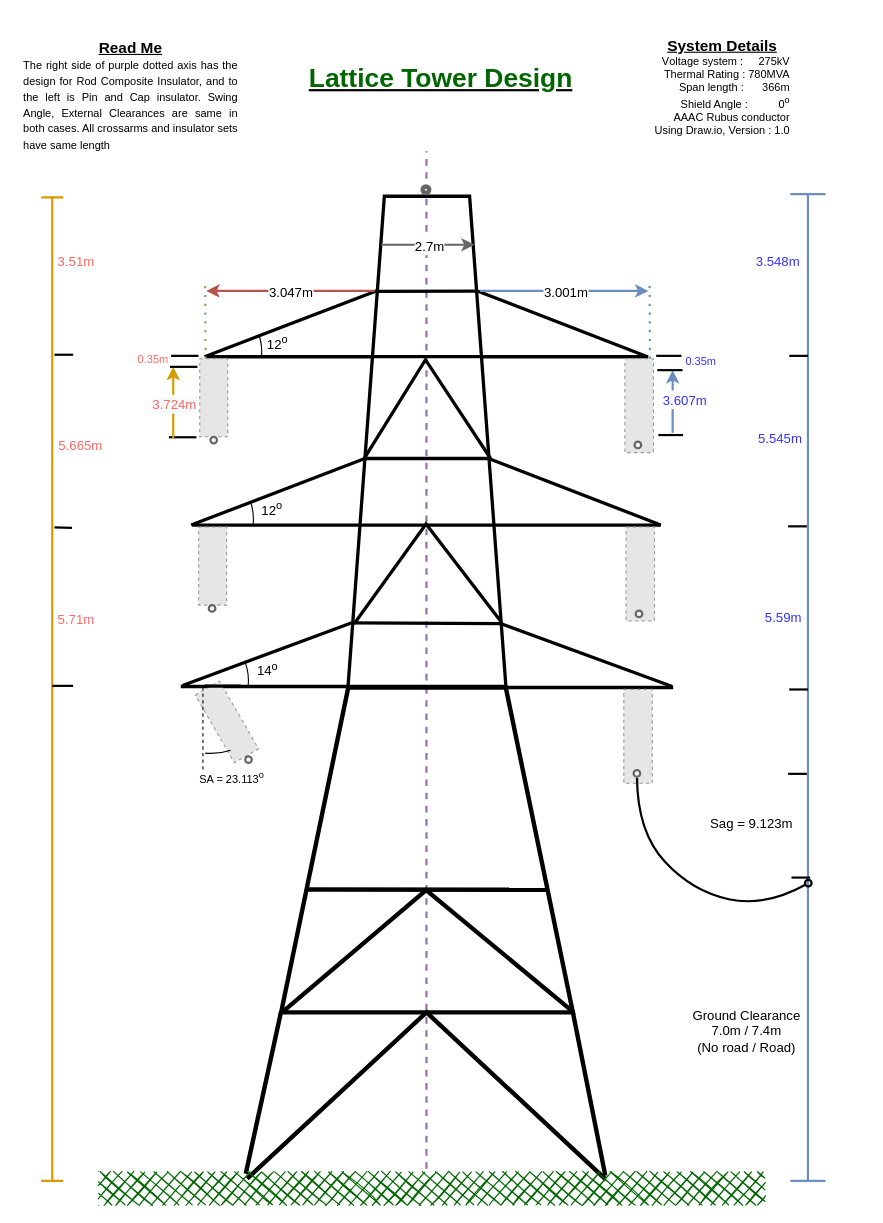
The draw.io diagram msc/OHL/ohlcourse.drawio in vinodhmj/projects, before the edit. Source tidied: cells renumbered, new cells numbered last; positions are measured from the earlier drawing's top-left corner, leaving out a move shared by most shapes. Both pictures are drawn from the tidied source at 110%, with x=0, y=0 at pixel (18, 30). Pictures stored in the file or linked from it are replaced by grey dashed boxes.
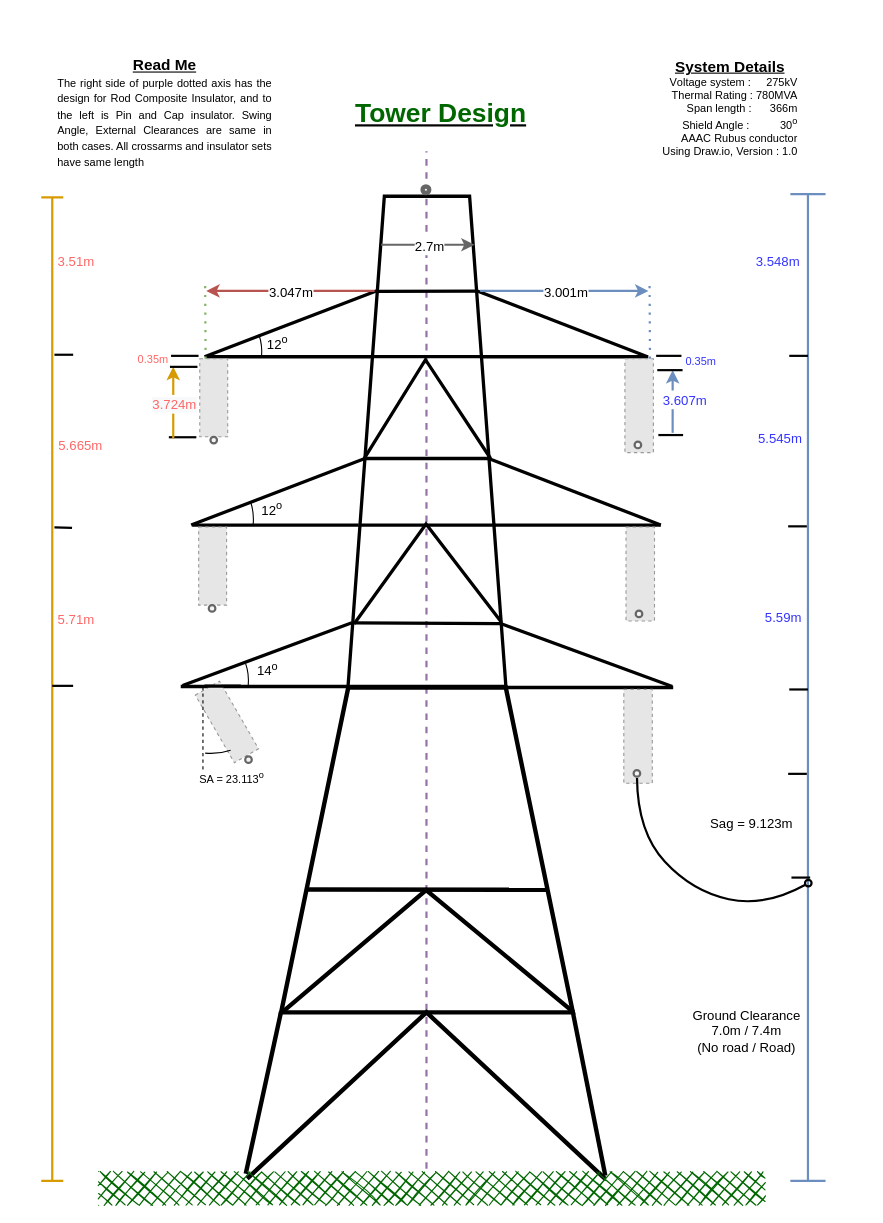
Above is the later version.

The edit, as a diff of the source:
```diff
@@
-    <mxCell id="2" value="&lt;u&gt;&lt;font color=&quot;#006600&quot;&gt;Lattice Tower Design&lt;/font&gt;&lt;/u&gt;" style="text;strokeColor=none;fillColor=none;html=1;fontSize=24;fontStyle=1;verticalAlign=middle;align=center;" parent="1" vertex="1">
-      <mxGeometry x="334" y="24" width="100" height="40" as="geometry" />
+    <mxCell id="2" value="&lt;u&gt;&lt;font color=&quot;#006600&quot;&gt;Tower Design&lt;/font&gt;&lt;/u&gt;" style="text;strokeColor=none;fillColor=none;html=1;fontSize=24;fontStyle=1;verticalAlign=middle;align=center;" parent="1" vertex="1">
+      <mxGeometry x="334" y="56" width="100" height="40" as="geometry" />
     </mxCell>
@@
-    <mxCell id="41" value="&lt;h1&gt;&lt;/h1&gt;&lt;span style=&quot;left: 196.353px ; top: 1231.84px ; font-family: sans-serif ; font-size: 10px&quot; dir=&quot;ltr&quot;&gt;&lt;div style=&quot;text-align: center&quot;&gt;&lt;u style=&quot;font-size: 14px&quot;&gt;&lt;b&gt;System Details&lt;/b&gt;&lt;/u&gt;&lt;/div&gt;&lt;div style=&quot;text-align: right&quot;&gt;&lt;font style=&quot;font-size: 10px&quot;&gt;&lt;span dir=&quot;ltr&quot; style=&quot;left: 196.353px ; top: 1231.84px&quot;&gt;V&lt;/span&gt;&lt;span dir=&quot;ltr&quot; style=&quot;left: 206.009px ; top: 1231.84px&quot;&gt;o&lt;/span&gt;&lt;span dir=&quot;ltr&quot; style=&quot;left: 214.061px ; top: 1231.84px&quot;&gt;l&lt;/span&gt;&lt;span dir=&quot;ltr&quot; style=&quot;left: 217.277px ; top: 1231.84px&quot;&gt;t&lt;/span&gt;&lt;span dir=&quot;ltr&quot; style=&quot;left: 221.299px ; top: 1231.84px&quot;&gt;a&lt;/span&gt;&lt;span dir=&quot;ltr&quot; style=&quot;left: 229.351px ; top: 1231.84px&quot;&gt;g&lt;/span&gt;&lt;span dir=&quot;ltr&quot; style=&quot;left: 237.402px ; top: 1231.84px&quot;&gt;e&lt;/span&gt;&lt;span dir=&quot;ltr&quot; style=&quot;left: 245.454px ; top: 1231.84px&quot;&gt; &lt;/span&gt;&lt;span dir=&quot;ltr&quot; style=&quot;left: 249.476px ; top: 1231.84px&quot;&gt;s&lt;/span&gt;&lt;span dir=&quot;ltr&quot; style=&quot;left: 256.715px ; top: 1231.84px&quot;&gt;y&lt;/span&gt;&lt;span dir=&quot;ltr&quot; style=&quot;left: 263.954px ; top: 1231.84px&quot;&gt;s&lt;/span&gt;&lt;span dir=&quot;ltr&quot; style=&quot;left: 271.193px ; top: 1231.84px&quot;&gt;t&lt;/span&gt;&lt;span dir=&quot;ltr&quot; style=&quot;left: 275.215px ; top: 1231.84px&quot;&gt;e&lt;/span&gt;&lt;span dir=&quot;ltr&quot; style=&quot;left: 283.267px ; top: 1231.84px&quot;&gt;m&amp;nbsp;&lt;/span&gt;&lt;span dir=&quot;ltr&quot; style=&quot;left: 295.327px ; top: 1231.84px&quot;&gt;:&amp;nbsp; &amp;nbsp; &amp;nbsp;275&lt;/span&gt;&lt;span dir=&quot;ltr&quot; style=&quot;left: 323.503px ; top: 1231.84px&quot;&gt;k&lt;/span&gt;&lt;span dir=&quot;ltr&quot; style=&quot;left: 330.742px ; top: 1231.84px&quot;&gt;V&lt;/span&gt;&lt;/font&gt;&lt;/div&gt;&lt;/span&gt;&lt;div style=&quot;text-align: right ; font-size: 10px&quot;&gt;&lt;span&gt;&lt;font style=&quot;font-size: 10px&quot;&gt;Thermal Rating : 780MVA&lt;/font&gt;&lt;/span&gt;&lt;/div&gt;&lt;span style=&quot;left: 196.354px ; top: 1273.94px ; font-family: sans-serif ; font-size: 10px&quot; dir=&quot;ltr&quot;&gt;&lt;font style=&quot;font-size: 10px&quot;&gt;&lt;div style=&quot;text-align: right&quot;&gt;&lt;span dir=&quot;ltr&quot; style=&quot;left: 196.354px ; top: 1273.94px&quot;&gt;S&lt;/span&gt;&lt;span dir=&quot;ltr&quot; style=&quot;left: 206.01px ; top: 1273.94px&quot;&gt;p&lt;/span&gt;&lt;span dir=&quot;ltr&quot; style=&quot;left: 214.061px ; top: 1273.94px&quot;&gt;a&lt;/span&gt;&lt;span dir=&quot;ltr&quot; style=&quot;left: 222.113px ; top: 1273.94px&quot;&gt;n&lt;/span&gt;&lt;span dir=&quot;ltr&quot; style=&quot;left: 230.164px ; top: 1273.94px&quot;&gt; &lt;/span&gt;&lt;span dir=&quot;ltr&quot; style=&quot;left: 234.187px ; top: 1273.94px&quot;&gt;l&lt;/span&gt;&lt;span dir=&quot;ltr&quot; style=&quot;left: 237.403px ; top: 1273.94px&quot;&gt;e&lt;/span&gt;&lt;span dir=&quot;ltr&quot; style=&quot;left: 245.455px ; top: 1273.94px&quot;&gt;n&lt;/span&gt;&lt;span dir=&quot;ltr&quot; style=&quot;left: 253.506px ; top: 1273.94px&quot;&gt;g&lt;/span&gt;&lt;span dir=&quot;ltr&quot; style=&quot;left: 261.558px ; top: 1273.94px&quot;&gt;t&lt;/span&gt;&lt;span dir=&quot;ltr&quot; style=&quot;left: 265.58px ; top: 1273.94px&quot;&gt;h&lt;/span&gt;&lt;span dir=&quot;ltr&quot; style=&quot;left: 273.632px ; top: 1273.94px&quot;&gt;&amp;nbsp;:&amp;nbsp; &amp;nbsp; &amp;nbsp; 366&lt;/span&gt;&lt;span dir=&quot;ltr&quot; style=&quot;left: 301.809px ; top: 1273.94px&quot;&gt;m&lt;/span&gt;&lt;/div&gt;&lt;div style=&quot;text-align: right&quot;&gt;&lt;span dir=&quot;ltr&quot; style=&quot;left: 301.809px ; top: 1273.94px&quot;&gt;Shield Angle :&amp;nbsp; &amp;nbsp; &amp;nbsp; &amp;nbsp; &amp;nbsp; 0&lt;sup&gt;o&lt;/sup&gt;&lt;/span&gt;&lt;/div&gt;&lt;div style=&quot;text-align: right&quot;&gt;&lt;span dir=&quot;ltr&quot; style=&quot;left: 301.809px ; top: 1273.94px&quot;&gt;&lt;span dir=&quot;ltr&quot; style=&quot;left: 284.787px ; top: 1245.87px&quot;&gt;A&lt;/span&gt;&lt;span dir=&quot;ltr&quot; style=&quot;left: 294.443px ; top: 1245.87px&quot;&gt;A&lt;/span&gt;&lt;span dir=&quot;ltr&quot; style=&quot;left: 304.099px ; top: 1245.87px&quot;&gt;A&lt;/span&gt;&lt;span dir=&quot;ltr&quot; style=&quot;left: 313.755px ; top: 1245.87px&quot;&gt;C&lt;/span&gt;&lt;span dir=&quot;ltr&quot; style=&quot;left: 324.21px ; top: 1245.87px&quot;&gt;&amp;nbsp;Rubus&amp;nbsp;&lt;/span&gt;&lt;span dir=&quot;ltr&quot; style=&quot;left: 196.354px ; top: 1259.91px&quot;&gt;c&lt;/span&gt;&lt;span dir=&quot;ltr&quot; style=&quot;left: 203.592px ; top: 1259.91px&quot;&gt;o&lt;/span&gt;&lt;span dir=&quot;ltr&quot; style=&quot;left: 211.644px ; top: 1259.91px&quot;&gt;n&lt;/span&gt;&lt;span dir=&quot;ltr&quot; style=&quot;left: 219.696px ; top: 1259.91px&quot;&gt;d&lt;/span&gt;&lt;span dir=&quot;ltr&quot; style=&quot;left: 227.747px ; top: 1259.91px&quot;&gt;u&lt;/span&gt;&lt;span dir=&quot;ltr&quot; style=&quot;left: 235.799px ; top: 1259.91px&quot;&gt;c&lt;/span&gt;&lt;span dir=&quot;ltr&quot; style=&quot;left: 243.038px ; top: 1259.91px&quot;&gt;t&lt;/span&gt;&lt;span dir=&quot;ltr&quot; style=&quot;left: 247.06px ; top: 1259.91px&quot;&gt;o&lt;/span&gt;&lt;span dir=&quot;ltr&quot; style=&quot;left: 255.112px ; top: 1259.91px&quot;&gt;r&lt;/span&gt;&lt;/span&gt;&lt;/div&gt;&lt;/font&gt;&lt;/span&gt;&lt;div style=&quot;text-align: right ; font-size: 10px&quot;&gt;&lt;span&gt;&lt;font style=&quot;font-size: 10px&quot;&gt;Using Draw.io, Version : 1.0&lt;/font&gt;&lt;/span&gt;&lt;/div&gt;&lt;span style=&quot;left: 216.479px ; top: 1316.05px ; font-family: sans-serif ; font-size: 10px&quot; dir=&quot;ltr&quot;&gt;&lt;font style=&quot;font-size: 10px&quot;&gt;&amp;nbsp;&lt;/font&gt;&lt;br&gt;&lt;/span&gt;" style="text;html=1;strokeColor=none;fillColor=none;spacing=5;spacingTop=-20;whiteSpace=wrap;overflow=hidden;rounded=0;" parent="1" vertex="1">
-      <mxGeometry x="574.4" width="188.1" height="132.3" as="geometry" />
+    <mxCell id="41" value="&lt;h1&gt;&lt;/h1&gt;&lt;span style=&quot;left: 196.353px ; top: 1231.84px ; font-family: sans-serif ; font-size: 10px&quot; dir=&quot;ltr&quot;&gt;&lt;div style=&quot;text-align: center&quot;&gt;&lt;u style=&quot;font-size: 14px&quot;&gt;&lt;b&gt;System Details&lt;/b&gt;&lt;/u&gt;&lt;/div&gt;&lt;div style=&quot;text-align: right&quot;&gt;&lt;font style=&quot;font-size: 10px&quot;&gt;&lt;span dir=&quot;ltr&quot; style=&quot;left: 196.353px ; top: 1231.84px&quot;&gt;V&lt;/span&gt;&lt;span dir=&quot;ltr&quot; style=&quot;left: 206.009px ; top: 1231.84px&quot;&gt;o&lt;/span&gt;&lt;span dir=&quot;ltr&quot; style=&quot;left: 214.061px ; top: 1231.84px&quot;&gt;l&lt;/span&gt;&lt;span dir=&quot;ltr&quot; style=&quot;left: 217.277px ; top: 1231.84px&quot;&gt;t&lt;/span&gt;&lt;span dir=&quot;ltr&quot; style=&quot;left: 221.299px ; top: 1231.84px&quot;&gt;a&lt;/span&gt;&lt;span dir=&quot;ltr&quot; style=&quot;left: 229.351px ; top: 1231.84px&quot;&gt;g&lt;/span&gt;&lt;span dir=&quot;ltr&quot; style=&quot;left: 237.402px ; top: 1231.84px&quot;&gt;e&lt;/span&gt;&lt;span dir=&quot;ltr&quot; style=&quot;left: 245.454px ; top: 1231.84px&quot;&gt; &lt;/span&gt;&lt;span dir=&quot;ltr&quot; style=&quot;left: 249.476px ; top: 1231.84px&quot;&gt;s&lt;/span&gt;&lt;span dir=&quot;ltr&quot; style=&quot;left: 256.715px ; top: 1231.84px&quot;&gt;y&lt;/span&gt;&lt;span dir=&quot;ltr&quot; style=&quot;left: 263.954px ; top: 1231.84px&quot;&gt;s&lt;/span&gt;&lt;span dir=&quot;ltr&quot; style=&quot;left: 271.193px ; top: 1231.84px&quot;&gt;t&lt;/span&gt;&lt;span dir=&quot;ltr&quot; style=&quot;left: 275.215px ; top: 1231.84px&quot;&gt;e&lt;/span&gt;&lt;span dir=&quot;ltr&quot; style=&quot;left: 283.267px ; top: 1231.84px&quot;&gt;m&amp;nbsp;&lt;/span&gt;&lt;span dir=&quot;ltr&quot; style=&quot;left: 295.327px ; top: 1231.84px&quot;&gt;:&amp;nbsp; &amp;nbsp; &amp;nbsp;275&lt;/span&gt;&lt;span dir=&quot;ltr&quot; style=&quot;left: 323.503px ; top: 1231.84px&quot;&gt;k&lt;/span&gt;&lt;span dir=&quot;ltr&quot; style=&quot;left: 330.742px ; top: 1231.84px&quot;&gt;V&lt;/span&gt;&lt;/font&gt;&lt;/div&gt;&lt;/span&gt;&lt;div style=&quot;text-align: right ; font-size: 10px&quot;&gt;&lt;span&gt;&lt;font style=&quot;font-size: 10px&quot;&gt;Thermal Rating : 780MVA&lt;/font&gt;&lt;/span&gt;&lt;/div&gt;&lt;span style=&quot;left: 196.354px ; top: 1273.94px ; font-family: sans-serif ; font-size: 10px&quot; dir=&quot;ltr&quot;&gt;&lt;font style=&quot;font-size: 10px&quot;&gt;&lt;div style=&quot;text-align: right&quot;&gt;&lt;span dir=&quot;ltr&quot; style=&quot;left: 196.354px ; top: 1273.94px&quot;&gt;S&lt;/span&gt;&lt;span dir=&quot;ltr&quot; style=&quot;left: 206.01px ; top: 1273.94px&quot;&gt;p&lt;/span&gt;&lt;span dir=&quot;ltr&quot; style=&quot;left: 214.061px ; top: 1273.94px&quot;&gt;a&lt;/span&gt;&lt;span dir=&quot;ltr&quot; style=&quot;left: 222.113px ; top: 1273.94px&quot;&gt;n&lt;/span&gt;&lt;span dir=&quot;ltr&quot; style=&quot;left: 230.164px ; top: 1273.94px&quot;&gt; &lt;/span&gt;&lt;span dir=&quot;ltr&quot; style=&quot;left: 234.187px ; top: 1273.94px&quot;&gt;l&lt;/span&gt;&lt;span dir=&quot;ltr&quot; style=&quot;left: 237.403px ; top: 1273.94px&quot;&gt;e&lt;/span&gt;&lt;span dir=&quot;ltr&quot; style=&quot;left: 245.455px ; top: 1273.94px&quot;&gt;n&lt;/span&gt;&lt;span dir=&quot;ltr&quot; style=&quot;left: 253.506px ; top: 1273.94px&quot;&gt;g&lt;/span&gt;&lt;span dir=&quot;ltr&quot; style=&quot;left: 261.558px ; top: 1273.94px&quot;&gt;t&lt;/span&gt;&lt;span dir=&quot;ltr&quot; style=&quot;left: 265.58px ; top: 1273.94px&quot;&gt;h&lt;/span&gt;&lt;span dir=&quot;ltr&quot; style=&quot;left: 273.632px ; top: 1273.94px&quot;&gt;&amp;nbsp;:&amp;nbsp; &amp;nbsp; &amp;nbsp; 366&lt;/span&gt;&lt;span dir=&quot;ltr&quot; style=&quot;left: 301.809px ; top: 1273.94px&quot;&gt;m&lt;/span&gt;&lt;/div&gt;&lt;div style=&quot;text-align: right&quot;&gt;&lt;span dir=&quot;ltr&quot; style=&quot;left: 301.809px ; top: 1273.94px&quot;&gt;Shield Angle :&amp;nbsp; &amp;nbsp; &amp;nbsp; &amp;nbsp; &amp;nbsp; 30&lt;sup&gt;o&lt;/sup&gt;&lt;/span&gt;&lt;/div&gt;&lt;div style=&quot;text-align: right&quot;&gt;&lt;span dir=&quot;ltr&quot; style=&quot;left: 301.809px ; top: 1273.94px&quot;&gt;&lt;span dir=&quot;ltr&quot; style=&quot;left: 284.787px ; top: 1245.87px&quot;&gt;A&lt;/span&gt;&lt;span dir=&quot;ltr&quot; style=&quot;left: 294.443px ; top: 1245.87px&quot;&gt;A&lt;/span&gt;&lt;span dir=&quot;ltr&quot; style=&quot;left: 304.099px ; top: 1245.87px&quot;&gt;A&lt;/span&gt;&lt;span dir=&quot;ltr&quot; style=&quot;left: 313.755px ; top: 1245.87px&quot;&gt;C&lt;/span&gt;&lt;span dir=&quot;ltr&quot; style=&quot;left: 324.21px ; top: 1245.87px&quot;&gt;&amp;nbsp;Rubus&amp;nbsp;&lt;/span&gt;&lt;span dir=&quot;ltr&quot; style=&quot;left: 196.354px ; top: 1259.91px&quot;&gt;c&lt;/span&gt;&lt;span dir=&quot;ltr&quot; style=&quot;left: 203.592px ; top: 1259.91px&quot;&gt;o&lt;/span&gt;&lt;span dir=&quot;ltr&quot; style=&quot;left: 211.644px ; top: 1259.91px&quot;&gt;n&lt;/span&gt;&lt;span dir=&quot;ltr&quot; style=&quot;left: 219.696px ; top: 1259.91px&quot;&gt;d&lt;/span&gt;&lt;span dir=&quot;ltr&quot; style=&quot;left: 227.747px ; top: 1259.91px&quot;&gt;u&lt;/span&gt;&lt;span dir=&quot;ltr&quot; style=&quot;left: 235.799px ; top: 1259.91px&quot;&gt;c&lt;/span&gt;&lt;span dir=&quot;ltr&quot; style=&quot;left: 243.038px ; top: 1259.91px&quot;&gt;t&lt;/span&gt;&lt;span dir=&quot;ltr&quot; style=&quot;left: 247.06px ; top: 1259.91px&quot;&gt;o&lt;/span&gt;&lt;span dir=&quot;ltr&quot; style=&quot;left: 255.112px ; top: 1259.91px&quot;&gt;r&lt;/span&gt;&lt;/span&gt;&lt;/div&gt;&lt;/font&gt;&lt;/span&gt;&lt;div style=&quot;text-align: right ; font-size: 10px&quot;&gt;&lt;span&gt;&lt;font style=&quot;font-size: 10px&quot;&gt;Using Draw.io, Version : 1.0&lt;/font&gt;&lt;/span&gt;&lt;/div&gt;&lt;span style=&quot;left: 216.479px ; top: 1316.05px ; font-family: sans-serif ; font-size: 10px&quot; dir=&quot;ltr&quot;&gt;&lt;font style=&quot;font-size: 10px&quot;&gt;&amp;nbsp;&lt;/font&gt;&lt;br&gt;&lt;/span&gt;" style="text;html=1;strokeColor=none;fillColor=none;spacing=5;spacingTop=-20;whiteSpace=wrap;overflow=hidden;rounded=0;" parent="1" vertex="1">
+      <mxGeometry x="581.4" y="19" width="188.1" height="132.3" as="geometry" />
     </mxCell>
@@
     <mxCell id="70" value="&lt;h1&gt;&lt;/h1&gt;&lt;span style=&quot;left: 196.353px ; top: 1231.84px ; font-family: sans-serif&quot; dir=&quot;ltr&quot;&gt;&lt;div style=&quot;text-align: center&quot;&gt;&lt;u style=&quot;font-size: 14px&quot;&gt;&lt;b&gt;Read Me&lt;/b&gt;&lt;/u&gt;&lt;/div&gt;&lt;/span&gt;&lt;span style=&quot;left: 216.479px ; top: 1316.05px ; font-family: sans-serif&quot; dir=&quot;ltr&quot;&gt;&lt;div style=&quot;text-align: justify&quot;&gt;&lt;font style=&quot;font-size: 10px&quot;&gt;The right side of purple dotted axis has the design for Rod Composite Insulator, and to the left is Pin and Cap insulator. Swing Angle, External Clearances are same in both cases. All crossarms and insulator sets have same length&lt;/font&gt;&lt;/div&gt;&lt;/span&gt;" style="text;html=1;strokeColor=none;fillColor=none;spacing=5;spacingTop=-20;whiteSpace=wrap;overflow=hidden;rounded=0;" parent="1" vertex="1">
-      <mxGeometry x="0.1" y="2" width="202.9" height="131" as="geometry" />
+      <mxGeometry x="31.1" y="18" width="202.9" height="131" as="geometry" />
     </mxCell>
```
